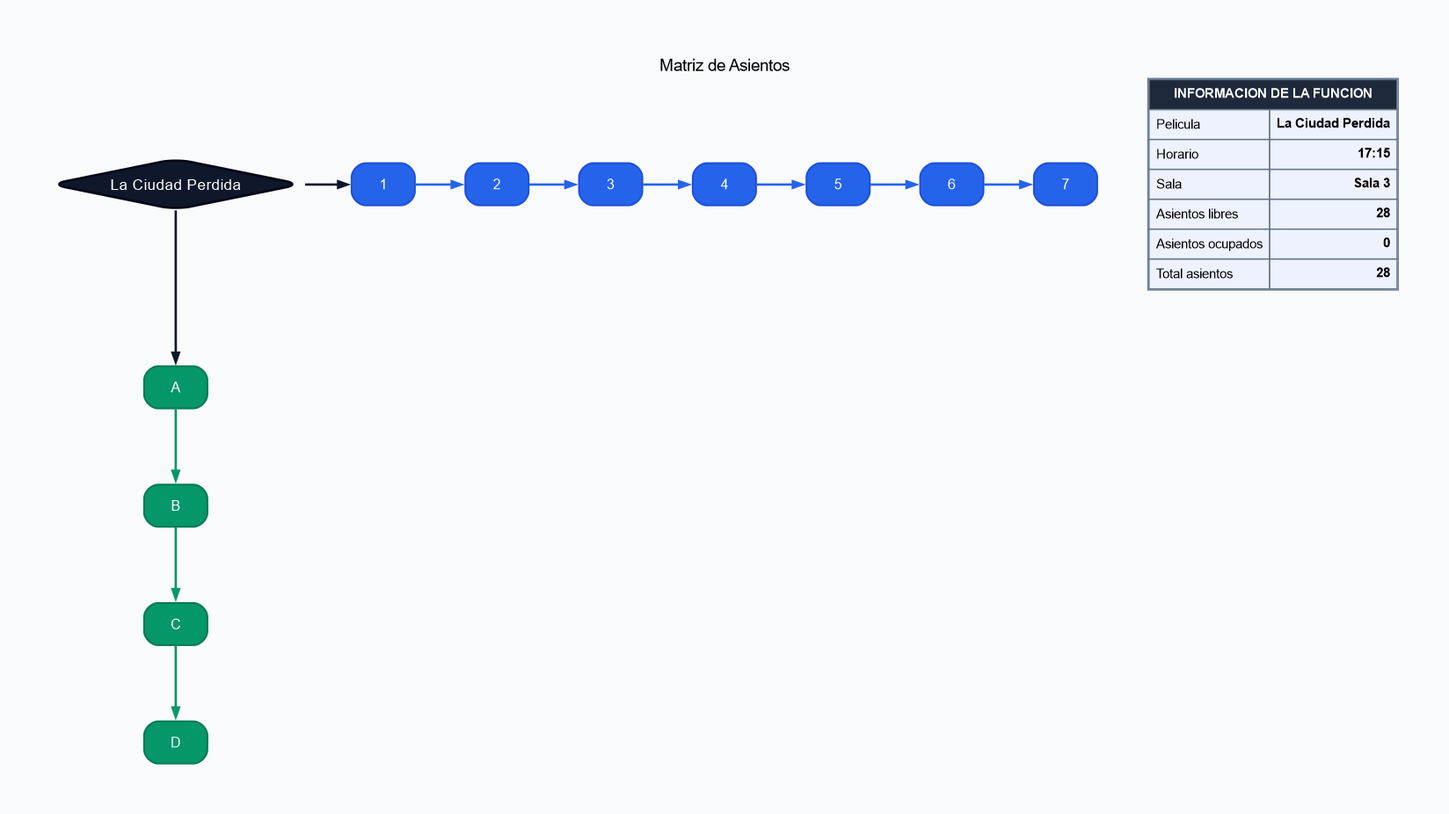
The Graphviz diagram EDD_Fase2/ProyectoF2/reportes/F020.png in MynorCanel/EDD_2S2026_PY_202307548, before a commit. Its source is kept beside it as EDD_Fase2/ProyectoF2/reportes/F020.dot. Its diagram source:
```dot
digraph MatrizCine {
rankdir=TB;
splines=ortho;
bgcolor="#f8fafc";
pad=0.6;
nodesep=0.6;
ranksep=0.9;
label="Matriz de Asientos";
labelloc=t;
fontname="Arial";
node [shape=box, style="rounded,filled", fontname="Arial", fontsize=11, color="#1f2937"];
edge [color="#94a3b8", arrowsize=0.8, penwidth=1.2];
Raiz [shape=diamond, label="La Ciudad Perdida", width=1.5, height=0.6, style="rounded,filled", fillcolor="#0f172a", fontcolor=white, fontsize=13, group=0, color="#020617", penwidth=2];
{ rank=same; Raiz; Col1; Col2; Col3; Col4; Col5; Col6; Col7; }
Col1 [label="1", style="rounded,filled", fillcolor="#2563eb", fontcolor=white, fontsize=12, group=1, color="#1d4ed8", penwidth=1.5];
Col2 [label="2", style="rounded,filled", fillcolor="#2563eb", fontcolor=white, fontsize=12, group=2, color="#1d4ed8", penwidth=1.5];
Col3 [label="3", style="rounded,filled", fillcolor="#2563eb", fontcolor=white, fontsize=12, group=3, color="#1d4ed8", penwidth=1.5];
Col4 [label="4", style="rounded,filled", fillcolor="#2563eb", fontcolor=white, fontsize=12, group=4, color="#1d4ed8", penwidth=1.5];
Col5 [label="5", style="rounded,filled", fillcolor="#2563eb", fontcolor=white, fontsize=12, group=5, color="#1d4ed8", penwidth=1.5];
Col6 [label="6", style="rounded,filled", fillcolor="#2563eb", fontcolor=white, fontsize=12, group=6, color="#1d4ed8", penwidth=1.5];
Col7 [label="7", style="rounded,filled", fillcolor="#2563eb", fontcolor=white, fontsize=12, group=7, color="#1d4ed8", penwidth=1.5];
FilaA [label="A", style="rounded,filled", fillcolor="#059669", fontcolor=white, fontsize=12, group=0, color="#047857", penwidth=1.5];
FilaB [label="B", style="rounded,filled", fillcolor="#059669", fontcolor=white, fontsize=12, group=0, color="#047857", penwidth=1.5];
FilaC [label="C", style="rounded,filled", fillcolor="#059669", fontcolor=white, fontsize=12, group=0, color="#047857", penwidth=1.5];
FilaD [label="D", style="rounded,filled", fillcolor="#059669", fontcolor=white, fontsize=12, group=0, color="#047857", penwidth=1.5];
{ rank=same; FilaA; }
{ rank=same; FilaB; }
{ rank=same; FilaC; }
{ rank=same; FilaD; }
Raiz -> FilaA [color="#0f172a", penwidth=2, arrowhead=normal];
Raiz -> Col1 [color="#0f172a", penwidth=2, arrowhead=normal];
Col1 -> Col2 [color="#2563eb", penwidth=2, arrowhead=normal];
Col2 -> Col3 [color="#2563eb", penwidth=2, arrowhead=normal];
Col3 -> Col4 [color="#2563eb", penwidth=2, arrowhead=normal];
Col4 -> Col5 [color="#2563eb", penwidth=2, arrowhead=normal];
Col5 -> Col6 [color="#2563eb", penwidth=2, arrowhead=normal];
Col6 -> Col7 [color="#2563eb", penwidth=2, arrowhead=normal];
FilaA -> FilaB [color="#059669", penwidth=2, arrowhead=normal];
FilaB -> FilaC [color="#059669", penwidth=2, arrowhead=normal];
FilaC -> FilaD [color="#059669", penwidth=2, arrowhead=normal];
Informacion [label=<<TABLE BORDER="1" CELLBORDER="1" CELLSPACING="0" CELLPADDING="5" COLOR="#64748b" BGCOLOR="#eef2ff"><TR><TD COLSPAN="2" BGCOLOR="#1e293b" ALIGN="CENTER"><FONT COLOR="white" FACE="Arial"><B>INFORMACION DE LA FUNCION</B></FONT></TD></TR><TR><TD ALIGN="LEFT"><FONT FACE="Arial">Pelicula</FONT></TD><TD ALIGN="RIGHT"><FONT FACE="Arial"><B>La Ciudad Perdida</B></FONT></TD></TR><TR><TD ALIGN="LEFT"><FONT FACE="Arial">Horario</FONT></TD><TD ALIGN="RIGHT"><FONT FACE="Arial"><B>17:15</B></FONT></TD></TR><TR><TD ALIGN="LEFT"><FONT FACE="Arial">Sala</FONT></TD><TD ALIGN="RIGHT"><FONT FACE="Arial"><B>Sala 3</B></FONT></TD></TR><TR><TD ALIGN="LEFT"><FONT FACE="Arial">Asientos libres</FONT></TD><TD ALIGN="RIGHT"><FONT FACE="Arial"><B>28</B></FONT></TD></TR><TR><TD ALIGN="LEFT"><FONT FACE="Arial">Asientos ocupados</FONT></TD><TD ALIGN="RIGHT"><FONT FACE="Arial"><B>0</B></FONT></TD></TR><TR><TD ALIGN="LEFT"><FONT FACE="Arial">Total asientos</FONT></TD><TD ALIGN="RIGHT"><FONT FACE="Arial"><B>28</B></FONT></TD></TR></TABLE>>, shape=plain];
{ rank=same; Raiz; Informacion; }
}
```
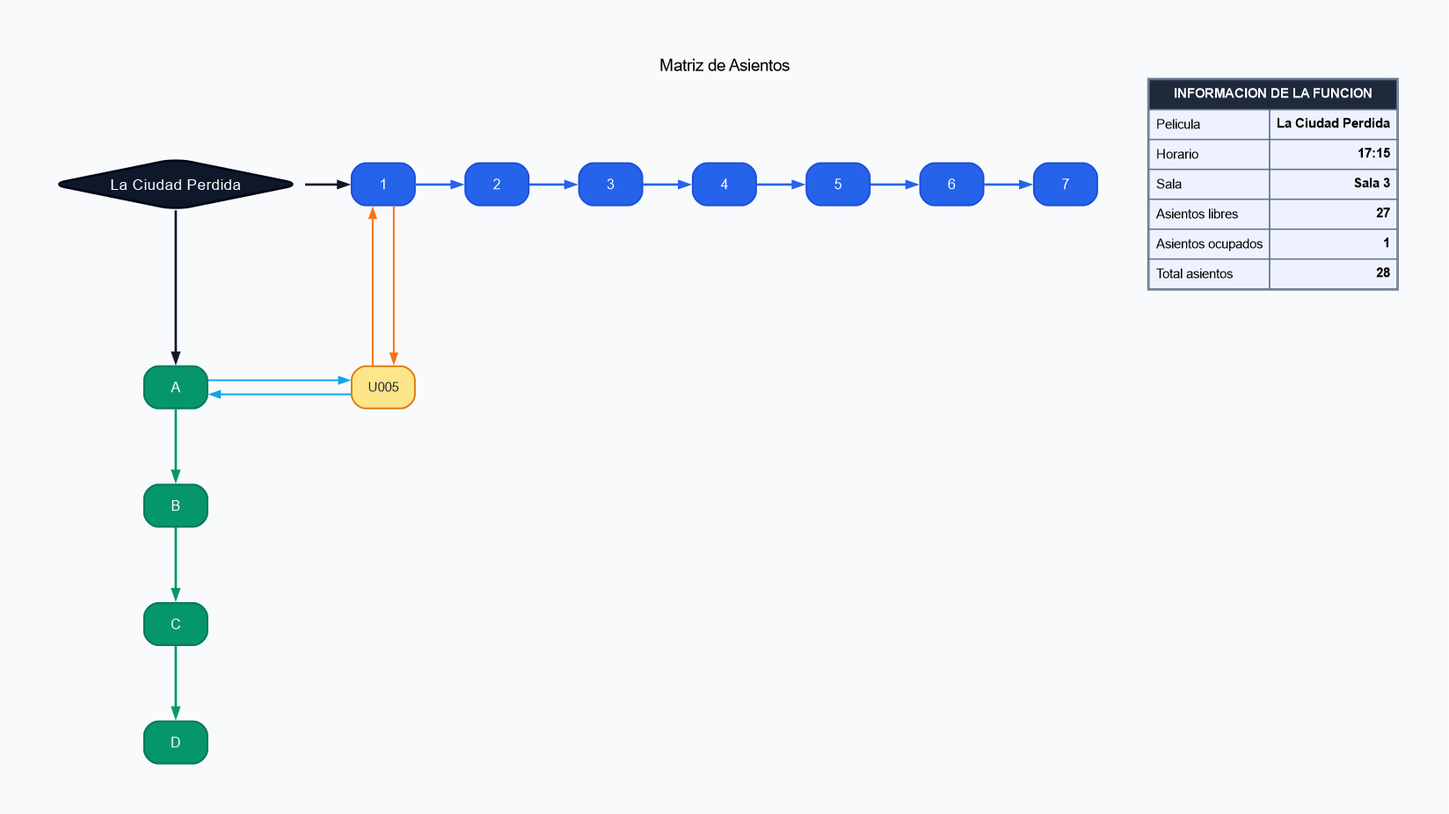
After the change.

The edit, as a diff of the source:
```diff
@@ -23,7 +23,8 @@
 FilaB [label="B", style="rounded,filled", fillcolor="#059669", fontcolor=white, fontsize=12, group=0, color="#047857", penwidth=1.5];
 FilaC [label="C", style="rounded,filled", fillcolor="#059669", fontcolor=white, fontsize=12, group=0, color="#047857", penwidth=1.5];
 FilaD [label="D", style="rounded,filled", fillcolor="#059669", fontcolor=white, fontsize=12, group=0, color="#047857", penwidth=1.5];
-{ rank=same; FilaA; }
+{ rank=same; FilaA; NodoA1 [label="U005", style="rounded,filled", fillcolor="#fde68a", fontcolor="#1f2937", group=1, color="#d97706", penwidth=1.4];
+NodoA1; }
 { rank=same; FilaB; }
 { rank=same; FilaC; }
 { rank=same; FilaD; }
@@ -38,6 +39,10 @@
 FilaA -> FilaB [color="#059669", penwidth=2, arrowhead=normal];
 FilaB -> FilaC [color="#059669", penwidth=2, arrowhead=normal];
 FilaC -> FilaD [color="#059669", penwidth=2, arrowhead=normal];
-Informacion [label=<<TABLE BORDER="1" CELLBORDER="1" CELLSPACING="0" CELLPADDING="5" COLOR="#64748b" BGCOLOR="#eef2ff"><TR><TD COLSPAN="2" BGCOLOR="#1e293b" ALIGN="CENTER"><FONT COLOR="white" FACE="Arial"><B>INFORMACION DE LA FUNCION</B></FONT></TD></TR><TR><TD ALIGN="LEFT"><FONT FACE="Arial">Pelicula</FONT></TD><TD ALIGN="RIGHT"><FONT FACE="Arial"><B>La Ciudad Perdida</B></FONT></TD></TR><TR><TD ALIGN="LEFT"><FONT FACE="Arial">Horario</FONT></TD><TD ALIGN="RIGHT"><FONT FACE="Arial"><B>17:15</B></FONT></TD></TR><TR><TD ALIGN="LEFT"><FONT FACE="Arial">Sala</FONT></TD><TD ALIGN="RIGHT"><FONT FACE="Arial"><B>Sala 3</B></FONT></TD></TR><TR><TD ALIGN="LEFT"><FONT FACE="Arial">Asientos libres</FONT></TD><TD ALIGN="RIGHT"><FONT FACE="Arial"><B>28</B></FONT></TD></TR><TR><TD ALIGN="LEFT"><FONT FACE="Arial">Asientos ocupados</FONT></TD><TD ALIGN="RIGHT"><FONT FACE="Arial"><B>0</B></FONT></TD></TR><TR><TD ALIGN="LEFT"><FONT FACE="Arial">Total asientos</FONT></TD><TD ALIGN="RIGHT"><FONT FACE="Arial"><B>28</B></FONT></TD></TR></TABLE>>, shape=plain];
+FilaA -> NodoA1 [color="#0ea5e9", penwidth=1.5, arrowhead=normal];
+NodoA1 -> FilaA [color="#0ea5e9", penwidth=1.5, arrowhead=normal];
+Col1 -> NodoA1 [color="#f97316", penwidth=1.5, arrowhead=normal];
+NodoA1 -> Col1 [color="#f97316", penwidth=1.5, arrowhead=normal];
+Informacion [label=<<TABLE BORDER="1" CELLBORDER="1" CELLSPACING="0" CELLPADDING="5" COLOR="#64748b" BGCOLOR="#eef2ff"><TR><TD COLSPAN="2" BGCOLOR="#1e293b" ALIGN="CENTER"><FONT COLOR="white" FACE="Arial"><B>INFORMACION DE LA FUNCION</B></FONT></TD></TR><TR><TD ALIGN="LEFT"><FONT FACE="Arial">Pelicula</FONT></TD><TD ALIGN="RIGHT"><FONT FACE="Arial"><B>La Ciudad Perdida</B></FONT></TD></TR><TR><TD ALIGN="LEFT"><FONT FACE="Arial">Horario</FONT></TD><TD ALIGN="RIGHT"><FONT FACE="Arial"><B>17:15</B></FONT></TD></TR><TR><TD ALIGN="LEFT"><FONT FACE="Arial">Sala</FONT></TD><TD ALIGN="RIGHT"><FONT FACE="Arial"><B>Sala 3</B></FONT></TD></TR><TR><TD ALIGN="LEFT"><FONT FACE="Arial">Asientos libres</FONT></TD><TD ALIGN="RIGHT"><FONT FACE="Arial"><B>27</B></FONT></TD></TR><TR><TD ALIGN="LEFT"><FONT FACE="Arial">Asientos ocupados</FONT></TD><TD ALIGN="RIGHT"><FONT FACE="Arial"><B>1</B></FONT></TD></TR><TR><TD ALIGN="LEFT"><FONT FACE="Arial">Total asientos</FONT></TD><TD ALIGN="RIGHT"><FONT FACE="Arial"><B>28</B></FONT></TD></TR></TABLE>>, shape=plain];
 { rank=same; Raiz; Informacion; }
 }
```
